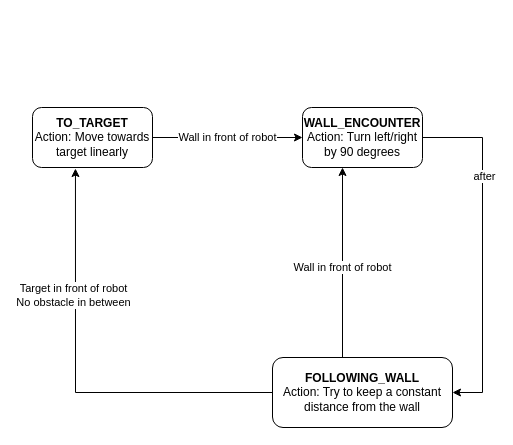
Earlier version of the draw.io diagram images/StateMachine.drawio (MarkMan0/RMR). Source tidied: cells renumbered, new cells numbered last; positions are measured from the earlier drawing's top-left corner, leaving out a move shared by most shapes. Both pictures are drawn from the tidied source at 100%, with x=0, y=0 at pixel (32, 107).
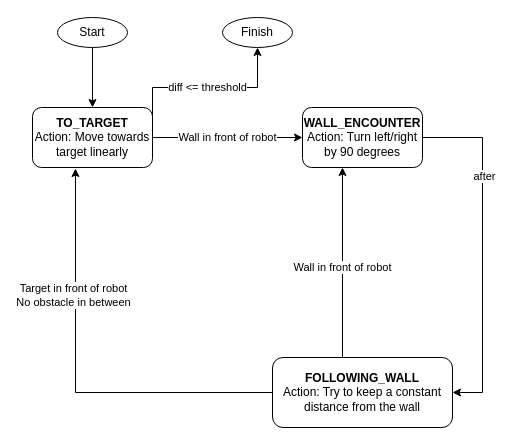
The same page after the edit.

Unchanged cells that the change refers to:
```xml
<mxCell id="3" value="&lt;div&gt;&lt;b&gt;TO_TARGET&lt;/b&gt;&lt;/div&gt;&lt;div&gt;Action: Move towards target linearly&lt;br&gt;&lt;/div&gt;" style="rounded=1;whiteSpace=wrap;html=1;" parent="1" vertex="1">
  <mxGeometry width="120" height="60" as="geometry" />
</mxCell>
```

Diff of the diagram source:
```diff
@@
+    <mxCell id="11" value="&lt;div&gt;diff &amp;lt;= threshold&lt;br&gt;&lt;/div&gt;" style="edgeStyle=orthogonalEdgeStyle;rounded=0;jettySize=auto;html=1;exitX=1;exitY=0.25;exitDx=0;exitDy=0;entryX=0.5;entryY=1;entryDx=0;entryDy=0;" parent="1" edge="1" source="3" target="14">
+      <mxGeometry relative="1" as="geometry">
+        <Array as="points">
+          <mxPoint x="120" y="-20" />
+          <mxPoint x="225" y="-20" />
+        </Array>
+      </mxGeometry>
+    </mxCell>
@@
+    <mxCell id="12" style="edgeStyle=orthogonalEdgeStyle;rounded=0;jettySize=auto;html=1;entryX=0.5;entryY=0;entryDx=0;entryDy=0;" parent="1" edge="1" source="13" target="3">
+      <mxGeometry relative="1" as="geometry" />
+    </mxCell>
+    <mxCell id="13" value="Start" style="ellipse;whiteSpace=wrap;html=1;" parent="1" vertex="1">
+      <mxGeometry x="25" y="-90" width="70" height="30" as="geometry" />
+    </mxCell>
+    <mxCell id="14" value="Finish" style="ellipse;whiteSpace=wrap;html=1;" parent="1" vertex="1">
+      <mxGeometry x="190" y="-90" width="70" height="30" as="geometry" />
+    </mxCell>
```
